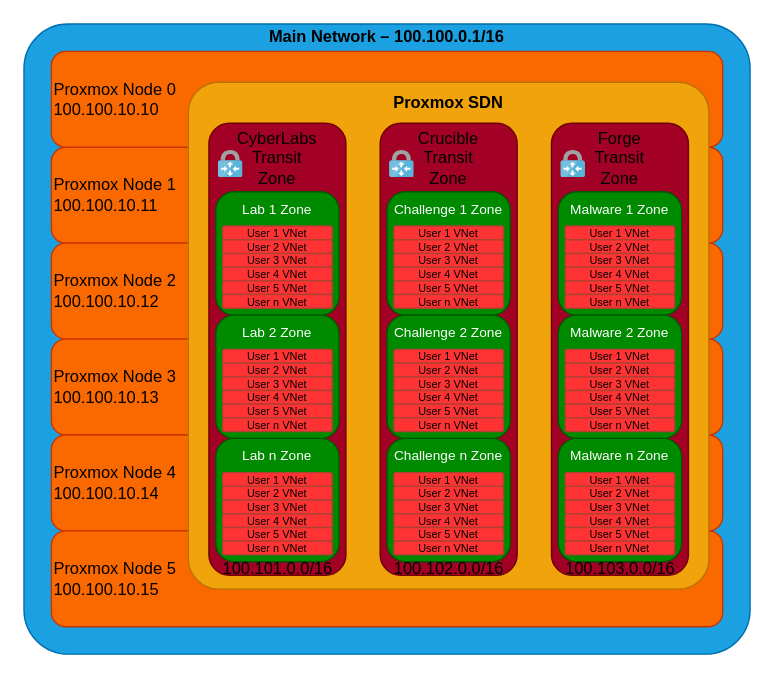
Before: resources/draw.io/ProxmoxSDN-Fabric.drawio in Saguaros-CyberHub/Saguaros-CyberHub, a draw.io diagram. Source tidied: cells renumbered, new cells numbered last; positions are measured from the earlier drawing's top-left corner, leaving out a move shared by most shapes. Both pictures are drawn from the tidied source at 137%, with x=0, y=0 at pixel (23, 23).
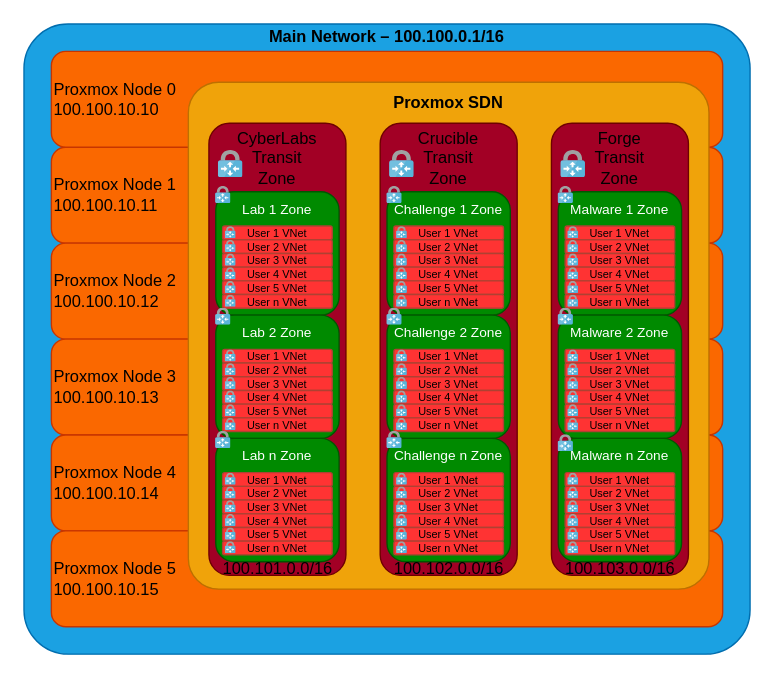
After the change.

Commit message (it also covers changes not shown here):
Update ProxmoxSDN-Fabric diagram and replace images

What changed in the source:
```diff
@@
+    <mxCell id="87" style="image;sketch=0;html=1;align=center;fontSize=12;image=img/lib/mscae/VPN_Gateway.svg;" parent="1" vertex="1">
+      <mxGeometry x="140" y="118.8" width="11.2" height="12.5" as="geometry" />
+    </mxCell>
+    <mxCell id="88" style="image;sketch=0;html=1;align=center;fontSize=12;image=img/lib/mscae/VPN_Gateway.svg;" parent="1" vertex="1">
+      <mxGeometry x="140" y="207.5" width="11.2" height="12.5" as="geometry" />
+    </mxCell>
+    <mxCell id="89" style="image;sketch=0;html=1;align=center;fontSize=12;image=img/lib/mscae/VPN_Gateway.svg;" parent="1" vertex="1">
+      <mxGeometry x="140" y="297.5" width="11.2" height="12.5" as="geometry" />
+    </mxCell>
+    <mxCell id="90" style="image;sketch=0;html=1;align=center;fontSize=12;image=img/lib/mscae/VPN_Gateway.svg;" parent="1" vertex="1">
+      <mxGeometry x="265" y="118.8" width="11.2" height="12.5" as="geometry" />
+    </mxCell>
+    <mxCell id="91" style="image;sketch=0;html=1;align=center;fontSize=12;image=img/lib/mscae/VPN_Gateway.svg;" parent="1" vertex="1">
+      <mxGeometry x="265" y="207.5" width="11.2" height="12.5" as="geometry" />
+    </mxCell>
+    <mxCell id="92" style="image;sketch=0;html=1;align=center;fontSize=12;image=img/lib/mscae/VPN_Gateway.svg;" parent="1" vertex="1">
+      <mxGeometry x="265" y="297.5" width="11.2" height="12.5" as="geometry" />
+    </mxCell>
+    <mxCell id="93" style="image;sketch=0;html=1;align=center;fontSize=12;image=img/lib/mscae/VPN_Gateway.svg;" parent="1" vertex="1">
+      <mxGeometry x="390" y="118.8" width="11.2" height="12.5" as="geometry" />
+    </mxCell>
+    <mxCell id="94" style="image;sketch=0;html=1;align=center;fontSize=12;image=img/lib/mscae/VPN_Gateway.svg;" parent="1" vertex="1">
+      <mxGeometry x="390" y="207.5" width="11.2" height="12.5" as="geometry" />
+    </mxCell>
+    <mxCell id="95" style="image;sketch=0;html=1;align=center;fontSize=12;image=img/lib/mscae/VPN_Gateway.svg;" parent="1" vertex="1">
+      <mxGeometry x="390" y="300" width="11.2" height="12.5" as="geometry" />
+    </mxCell>
+    <mxCell id="96" style="image;sketch=0;html=1;align=center;fontSize=12;image=img/lib/mscae/VPN_Gateway.svg;" parent="1" vertex="1">
+      <mxGeometry x="397.1" y="148.1" width="7.9" height="8.8" as="geometry" />
+    </mxCell>
+    <mxCell id="97" style="image;sketch=0;html=1;align=center;fontSize=12;image=img/lib/mscae/VPN_Gateway.svg;" parent="1" vertex="1">
+      <mxGeometry x="397.1" y="158.1" width="7.9" height="8.8" as="geometry" />
+    </mxCell>
+    <mxCell id="98" style="image;sketch=0;html=1;align=center;fontSize=12;image=img/lib/mscae/VPN_Gateway.svg;" parent="1" vertex="1">
+      <mxGeometry x="397.1" y="168.1" width="7.9" height="8.8" as="geometry" />
+    </mxCell>
+    <mxCell id="99" style="image;sketch=0;html=1;align=center;fontSize=12;image=img/lib/mscae/VPN_Gateway.svg;" parent="1" vertex="1">
+      <mxGeometry x="397.1" y="178.1" width="7.9" height="8.8" as="geometry" />
+    </mxCell>
+    <mxCell id="100" style="image;sketch=0;html=1;align=center;fontSize=12;image=img/lib/mscae/VPN_Gateway.svg;" parent="1" vertex="1">
+      <mxGeometry x="397.1" y="188.1" width="7.9" height="8.8" as="geometry" />
+    </mxCell>
+    <mxCell id="101" style="image;sketch=0;html=1;align=center;fontSize=12;image=img/lib/mscae/VPN_Gateway.svg;" parent="1" vertex="1">
+      <mxGeometry x="397.1" y="198.1" width="7.9" height="8.8" as="geometry" />
+    </mxCell>
+    <mxCell id="102" style="image;sketch=0;html=1;align=center;fontSize=12;image=img/lib/mscae/VPN_Gateway.svg;" parent="1" vertex="1">
+      <mxGeometry x="397.1" y="238.1" width="7.9" height="8.8" as="geometry" />
+    </mxCell>
+    <mxCell id="103" style="image;sketch=0;html=1;align=center;fontSize=12;image=img/lib/mscae/VPN_Gateway.svg;" parent="1" vertex="1">
+      <mxGeometry x="397.1" y="248.1" width="7.9" height="8.8" as="geometry" />
+    </mxCell>
+    <mxCell id="104" style="image;sketch=0;html=1;align=center;fontSize=12;image=img/lib/mscae/VPN_Gateway.svg;" parent="1" vertex="1">
+      <mxGeometry x="397.1" y="258.1" width="7.9" height="8.8" as="geometry" />
+    </mxCell>
+    <mxCell id="105" style="image;sketch=0;html=1;align=center;fontSize=12;image=img/lib/mscae/VPN_Gateway.svg;" parent="1" vertex="1">
+      <mxGeometry x="397.1" y="268.1" width="7.9" height="8.8" as="geometry" />
+    </mxCell>
+    <mxCell id="106" style="image;sketch=0;html=1;align=center;fontSize=12;image=img/lib/mscae/VPN_Gateway.svg;" parent="1" vertex="1">
+      <mxGeometry x="397.1" y="278.1" width="7.9" height="8.8" as="geometry" />
+    </mxCell>
+    <mxCell id="107" style="image;sketch=0;html=1;align=center;fontSize=12;image=img/lib/mscae/VPN_Gateway.svg;" parent="1" vertex="1">
+      <mxGeometry x="397.1" y="288.1" width="7.9" height="8.8" as="geometry" />
+    </mxCell>
+    <mxCell id="108" style="image;sketch=0;html=1;align=center;fontSize=12;image=img/lib/mscae/VPN_Gateway.svg;" parent="1" vertex="1">
+      <mxGeometry x="397.1" y="328.1" width="7.9" height="8.8" as="geometry" />
+    </mxCell>
+    <mxCell id="109" style="image;sketch=0;html=1;align=center;fontSize=12;image=img/lib/mscae/VPN_Gateway.svg;" parent="1" vertex="1">
+      <mxGeometry x="397.1" y="338.1" width="7.9" height="8.8" as="geometry" />
+    </mxCell>
+    <mxCell id="110" style="image;sketch=0;html=1;align=center;fontSize=12;image=img/lib/mscae/VPN_Gateway.svg;" parent="1" vertex="1">
+      <mxGeometry x="397.1" y="348.1" width="7.9" height="8.8" as="geometry" />
+    </mxCell>
+    <mxCell id="111" style="image;sketch=0;html=1;align=center;fontSize=12;image=img/lib/mscae/VPN_Gateway.svg;" parent="1" vertex="1">
+      <mxGeometry x="397.1" y="358.1" width="7.9" height="8.8" as="geometry" />
+    </mxCell>
+    <mxCell id="112" style="image;sketch=0;html=1;align=center;fontSize=12;image=img/lib/mscae/VPN_Gateway.svg;" parent="1" vertex="1">
+      <mxGeometry x="397.1" y="368.1" width="7.9" height="8.8" as="geometry" />
+    </mxCell>
+    <mxCell id="113" style="image;sketch=0;html=1;align=center;fontSize=12;image=img/lib/mscae/VPN_Gateway.svg;" parent="1" vertex="1">
+      <mxGeometry x="397.1" y="378.1" width="7.9" height="8.8" as="geometry" />
+    </mxCell>
+    <mxCell id="114" style="image;sketch=0;html=1;align=center;fontSize=12;image=img/lib/mscae/VPN_Gateway.svg;" parent="1" vertex="1">
+      <mxGeometry x="272.1" y="328.1" width="7.9" height="8.8" as="geometry" />
+    </mxCell>
+    <mxCell id="115" style="image;sketch=0;html=1;align=center;fontSize=12;image=img/lib/mscae/VPN_Gateway.svg;" parent="1" vertex="1">
+      <mxGeometry x="272.1" y="338.1" width="7.9" height="8.8" as="geometry" />
+    </mxCell>
+    <mxCell id="116" style="image;sketch=0;html=1;align=center;fontSize=12;image=img/lib/mscae/VPN_Gateway.svg;" parent="1" vertex="1">
+      <mxGeometry x="272.1" y="348.1" width="7.9" height="8.8" as="geometry" />
+    </mxCell>
+    <mxCell id="117" style="image;sketch=0;html=1;align=center;fontSize=12;image=img/lib/mscae/VPN_Gateway.svg;" parent="1" vertex="1">
+      <mxGeometry x="272.1" y="358.1" width="7.9" height="8.8" as="geometry" />
+    </mxCell>
+    <mxCell id="118" style="image;sketch=0;html=1;align=center;fontSize=12;image=img/lib/mscae/VPN_Gateway.svg;" parent="1" vertex="1">
+      <mxGeometry x="272.1" y="368.1" width="7.9" height="8.8" as="geometry" />
+    </mxCell>
+    <mxCell id="119" style="image;sketch=0;html=1;align=center;fontSize=12;image=img/lib/mscae/VPN_Gateway.svg;" parent="1" vertex="1">
+      <mxGeometry x="272.1" y="378.1" width="7.9" height="8.8" as="geometry" />
+    </mxCell>
+    <mxCell id="120" style="image;sketch=0;html=1;align=center;fontSize=12;image=img/lib/mscae/VPN_Gateway.svg;" parent="1" vertex="1">
+      <mxGeometry x="272.1" y="288.1" width="7.9" height="8.8" as="geometry" />
+    </mxCell>
+    <mxCell id="121" style="image;sketch=0;html=1;align=center;fontSize=12;image=img/lib/mscae/VPN_Gateway.svg;" parent="1" vertex="1">
+      <mxGeometry x="272.1" y="278.1" width="7.9" height="8.8" as="geometry" />
+    </mxCell>
+    <mxCell id="122" style="image;sketch=0;html=1;align=center;fontSize=12;image=img/lib/mscae/VPN_Gateway.svg;" parent="1" vertex="1">
+      <mxGeometry x="272.1" y="268.1" width="7.9" height="8.8" as="geometry" />
+    </mxCell>
+    <mxCell id="123" style="image;sketch=0;html=1;align=center;fontSize=12;image=img/lib/mscae/VPN_Gateway.svg;" parent="1" vertex="1">
+      <mxGeometry x="272.1" y="258.1" width="7.9" height="8.8" as="geometry" />
+    </mxCell>
+    <mxCell id="124" style="image;sketch=0;html=1;align=center;fontSize=12;image=img/lib/mscae/VPN_Gateway.svg;" parent="1" vertex="1">
+      <mxGeometry x="272.1" y="248.1" width="7.9" height="8.8" as="geometry" />
+    </mxCell>
+    <mxCell id="125" style="image;sketch=0;html=1;align=center;fontSize=12;image=img/lib/mscae/VPN_Gateway.svg;" parent="1" vertex="1">
+      <mxGeometry x="272.1" y="238.1" width="7.9" height="8.8" as="geometry" />
+    </mxCell>
+    <mxCell id="126" style="image;sketch=0;html=1;align=center;fontSize=12;image=img/lib/mscae/VPN_Gateway.svg;" parent="1" vertex="1">
+      <mxGeometry x="272.1" y="198.1" width="7.9" height="8.8" as="geometry" />
+    </mxCell>
+    <mxCell id="127" style="image;sketch=0;html=1;align=center;fontSize=12;image=img/lib/mscae/VPN_Gateway.svg;" parent="1" vertex="1">
+      <mxGeometry x="272.1" y="188.1" width="7.9" height="8.8" as="geometry" />
+    </mxCell>
+    <mxCell id="128" style="image;sketch=0;html=1;align=center;fontSize=12;image=img/lib/mscae/VPN_Gateway.svg;" parent="1" vertex="1">
+      <mxGeometry x="272.1" y="178.1" width="7.9" height="8.8" as="geometry" />
+    </mxCell>
+    <mxCell id="129" style="image;sketch=0;html=1;align=center;fontSize=12;image=img/lib/mscae/VPN_Gateway.svg;" parent="1" vertex="1">
+      <mxGeometry x="272.1" y="168.1" width="7.9" height="8.8" as="geometry" />
+    </mxCell>
+    <mxCell id="130" style="image;sketch=0;html=1;align=center;fontSize=12;image=img/lib/mscae/VPN_Gateway.svg;" parent="1" vertex="1">
+      <mxGeometry x="272.1" y="158.1" width="7.9" height="8.8" as="geometry" />
+    </mxCell>
+    <mxCell id="131" style="image;sketch=0;html=1;align=center;fontSize=12;image=img/lib/mscae/VPN_Gateway.svg;" parent="1" vertex="1">
+      <mxGeometry x="272.1" y="148.1" width="7.9" height="8.8" as="geometry" />
+    </mxCell>
+    <mxCell id="132" style="image;sketch=0;html=1;align=center;fontSize=12;image=img/lib/mscae/VPN_Gateway.svg;" parent="1" vertex="1">
+      <mxGeometry x="147.1" y="148.1" width="7.9" height="8.8" as="geometry" />
+    </mxCell>
+    <mxCell id="133" style="image;sketch=0;html=1;align=center;fontSize=12;image=img/lib/mscae/VPN_Gateway.svg;" parent="1" vertex="1">
+      <mxGeometry x="147.1" y="158.1" width="7.9" height="8.8" as="geometry" />
+    </mxCell>
+    <mxCell id="134" style="image;sketch=0;html=1;align=center;fontSize=12;image=img/lib/mscae/VPN_Gateway.svg;" parent="1" vertex="1">
+      <mxGeometry x="147.1" y="168.1" width="7.9" height="8.8" as="geometry" />
+    </mxCell>
+    <mxCell id="135" style="image;sketch=0;html=1;align=center;fontSize=12;image=img/lib/mscae/VPN_Gateway.svg;" parent="1" vertex="1">
+      <mxGeometry x="147.1" y="178.1" width="7.9" height="8.8" as="geometry" />
+    </mxCell>
+    <mxCell id="136" style="image;sketch=0;html=1;align=center;fontSize=12;image=img/lib/mscae/VPN_Gateway.svg;" parent="1" vertex="1">
+      <mxGeometry x="147.1" y="188.1" width="7.9" height="8.8" as="geometry" />
+    </mxCell>
+    <mxCell id="137" style="image;sketch=0;html=1;align=center;fontSize=12;image=img/lib/mscae/VPN_Gateway.svg;" parent="1" vertex="1">
+      <mxGeometry x="147.1" y="198.1" width="7.9" height="8.8" as="geometry" />
+    </mxCell>
+    <mxCell id="138" style="image;sketch=0;html=1;align=center;fontSize=12;image=img/lib/mscae/VPN_Gateway.svg;" parent="1" vertex="1">
+      <mxGeometry x="147.1" y="238.1" width="7.9" height="8.8" as="geometry" />
+    </mxCell>
+    <mxCell id="139" style="image;sketch=0;html=1;align=center;fontSize=12;image=img/lib/mscae/VPN_Gateway.svg;" parent="1" vertex="1">
+      <mxGeometry x="147.1" y="248.1" width="7.9" height="8.8" as="geometry" />
+    </mxCell>
+    <mxCell id="140" style="image;sketch=0;html=1;align=center;fontSize=12;image=img/lib/mscae/VPN_Gateway.svg;" parent="1" vertex="1">
+      <mxGeometry x="147.1" y="258.1" width="7.9" height="8.8" as="geometry" />
+    </mxCell>
+    <mxCell id="141" style="image;sketch=0;html=1;align=center;fontSize=12;image=img/lib/mscae/VPN_Gateway.svg;" parent="1" vertex="1">
+      <mxGeometry x="147.1" y="268.1" width="7.9" height="8.8" as="geometry" />
+    </mxCell>
+    <mxCell id="142" style="image;sketch=0;html=1;align=center;fontSize=12;image=img/lib/mscae/VPN_Gateway.svg;" parent="1" vertex="1">
+      <mxGeometry x="147.1" y="278.1" width="7.9" height="8.8" as="geometry" />
+    </mxCell>
+    <mxCell id="143" style="image;sketch=0;html=1;align=center;fontSize=12;image=img/lib/mscae/VPN_Gateway.svg;" parent="1" vertex="1">
+      <mxGeometry x="147.1" y="288.1" width="7.9" height="8.8" as="geometry" />
+    </mxCell>
+    <mxCell id="144" style="image;sketch=0;html=1;align=center;fontSize=12;image=img/lib/mscae/VPN_Gateway.svg;" parent="1" vertex="1">
+      <mxGeometry x="147.1" y="328.1" width="7.9" height="8.8" as="geometry" />
+    </mxCell>
+    <mxCell id="145" style="image;sketch=0;html=1;align=center;fontSize=12;image=img/lib/mscae/VPN_Gateway.svg;" parent="1" vertex="1">
+      <mxGeometry x="147.1" y="338.1" width="7.9" height="8.8" as="geometry" />
+    </mxCell>
+    <mxCell id="146" style="image;sketch=0;html=1;align=center;fontSize=12;image=img/lib/mscae/VPN_Gateway.svg;" parent="1" vertex="1">
+      <mxGeometry x="147.1" y="348.1" width="7.9" height="8.8" as="geometry" />
+    </mxCell>
+    <mxCell id="147" style="image;sketch=0;html=1;align=center;fontSize=12;image=img/lib/mscae/VPN_Gateway.svg;" parent="1" vertex="1">
+      <mxGeometry x="147.1" y="358.1" width="7.9" height="8.8" as="geometry" />
+    </mxCell>
+    <mxCell id="148" style="image;sketch=0;html=1;align=center;fontSize=12;image=img/lib/mscae/VPN_Gateway.svg;" parent="1" vertex="1">
+      <mxGeometry x="147.1" y="368.1" width="7.9" height="8.8" as="geometry" />
+    </mxCell>
+    <mxCell id="149" style="image;sketch=0;html=1;align=center;fontSize=12;image=img/lib/mscae/VPN_Gateway.svg;" parent="1" vertex="1">
+      <mxGeometry x="147.1" y="378.1" width="7.9" height="8.8" as="geometry" />
+    </mxCell>
```
